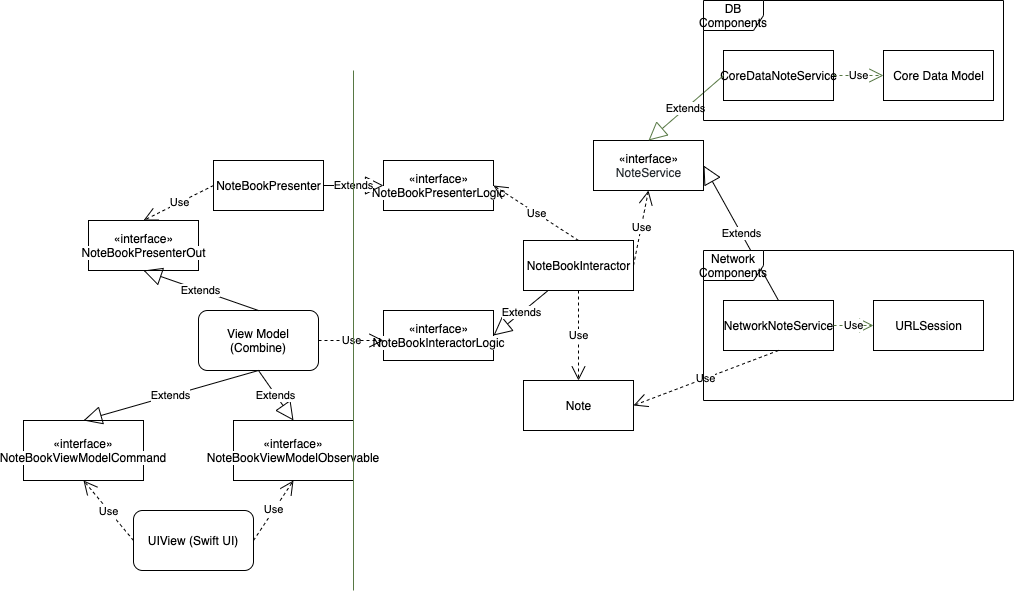
Earlier version of the draw.io export Resources/CleanMVVM.png (tirtavium/SwiftUI-Combine-CleanMVVM). Source tidied: cells renumbered, new cells last; positions are measured from the earlier drawing's top-left corner, leaving out a move shared by most shapes.
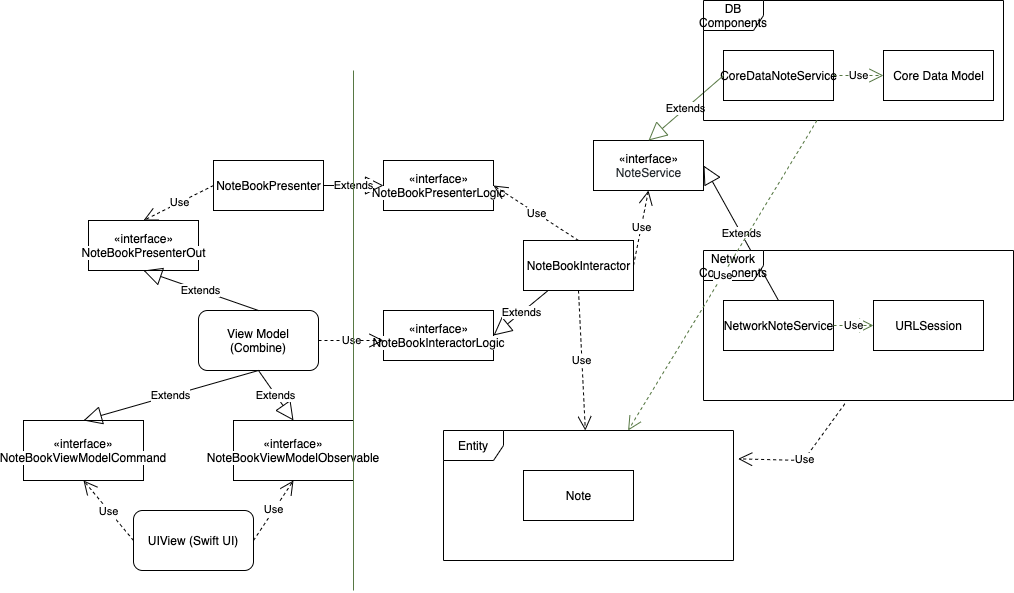
The same diagram one commit later.

Diff of the diagram source:
```diff
@@ -72,13 +72,17 @@
       <mxGeometry relative="1" as="geometry" />
     </mxCell>
     <mxCell id="25" value="Note" style="html=1;" parent="1" vertex="1">
-      <mxGeometry x="500" y="380" width="110" height="50" as="geometry" />
+      <mxGeometry x="500" y="470" width="110" height="50" as="geometry" />
     </mxCell>
-    <mxCell id="26" value="Use" style="endArrow=open;endSize=12;dashed=1;html=1;exitX=0.5;exitY=1;exitDx=0;exitDy=0;" parent="1" edge="1" source="16" target="25">
+    <mxCell id="26" value="Use" style="endArrow=open;endSize=12;dashed=1;html=1;exitX=0.5;exitY=1;exitDx=0;exitDy=0;" parent="1" edge="1" source="16" target="37">
       <mxGeometry relative="1" as="geometry" />
     </mxCell>
-    <mxCell id="27" value="Use" style="endArrow=open;endSize=12;dashed=1;html=1;exitX=0.5;exitY=1;exitDx=0;exitDy=0;entryX=1;entryY=0.5;entryDx=0;entryDy=0;" parent="1" edge="1" source="23" target="25">
-      <mxGeometry relative="1" as="geometry" />
+    <mxCell id="27" value="Use" style="endArrow=open;endSize=12;dashed=1;html=1;exitX=0.456;exitY=1.022;exitDx=0;exitDy=0;entryX=1.016;entryY=0.218;entryDx=0;entryDy=0;exitPerimeter=0;entryPerimeter=0;" parent="1" edge="1" source="31" target="37">
+      <mxGeometry relative="1" as="geometry">
+        <Array as="points">
+          <mxPoint x="780" y="460" />
+        </Array>
+      </mxGeometry>
     </mxCell>
     <mxCell id="28" style="endArrow=none;html=1;fillColor=#d5e8d4;strokeColor=#577844;" parent="1" edge="1">
       <mxGeometry relative="1" as="geometry">
@@ -110,5 +114,11 @@
     <mxCell id="36" value="DB Components" style="shape=umlFrame;whiteSpace=wrap;html=1;" parent="1" vertex="1">
       <mxGeometry x="680" width="300" height="120" as="geometry" />
     </mxCell>
+    <mxCell id="37" value="Entity" style="shape=umlFrame;whiteSpace=wrap;html=1;" parent="1" vertex="1">
+      <mxGeometry x="420" y="430" width="290" height="130" as="geometry" />
+    </mxCell>
+    <mxCell id="38" value="Use" style="endArrow=open;endSize=12;dashed=1;html=1;strokeColor=#577844;" parent="1" edge="1" source="36" target="37">
+      <mxGeometry relative="1" as="geometry" />
+    </mxCell>
   </root>
 </mxGraphModel>
```
